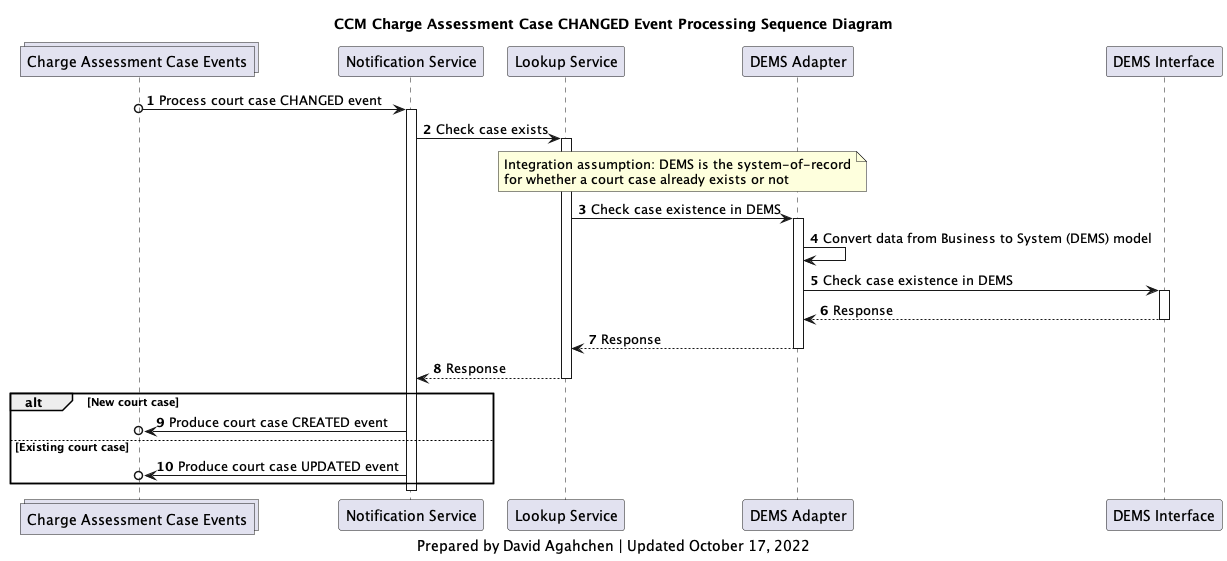
bcgov/jpss-jade-ccm keeps this PlantUML diagram as diagrams/img/ccm_charge_assessment_case_changed_processing_sequence_diagram.png. Above is the earlier version. The source it was exported from:
```plantuml
@startuml

collections charge_assessment_cases_topic as "Charge Assessment Case Events"
participant notification_service as "Notification Service"
participant lookup_service as "Lookup Service"
participant d_adapter as "DEMS Adapter"
participant d_interface as "DEMS Interface"

title
CCM Charge Assessment Case CHANGED Event Processing Sequence Diagram
end title

autonumber

charge_assessment_cases_topic o-> notification_service: Process court case CHANGED event
activate notification_service
notification_service -> lookup_service: Check case exists
activate lookup_service
note over lookup_service, d_adapter
Integration assumption: DEMS is the system-of-record
for whether a court case already exists or not
end note
lookup_service -> d_adapter: Check case existence in DEMS
activate d_adapter
d_adapter -> d_adapter: Convert data from Business to System (DEMS) model
d_adapter -> d_interface: Check case existence in DEMS
activate d_interface
d_interface --> d_adapter: Response
deactivate d_interface
d_adapter --> lookup_service: Response
deactivate d_adapter
lookup_service --> notification_service: Response
deactivate lookup_service
alt New court case
    notification_service ->o charge_assessment_cases_topic: Produce court case CREATED event
else Existing court case
    notification_service ->o charge_assessment_cases_topic: Produce court case UPDATED event
end
deactivate notification_service

caption
Prepared by David Agahchen | Updated October 17, 2022
end caption
@enduml
```
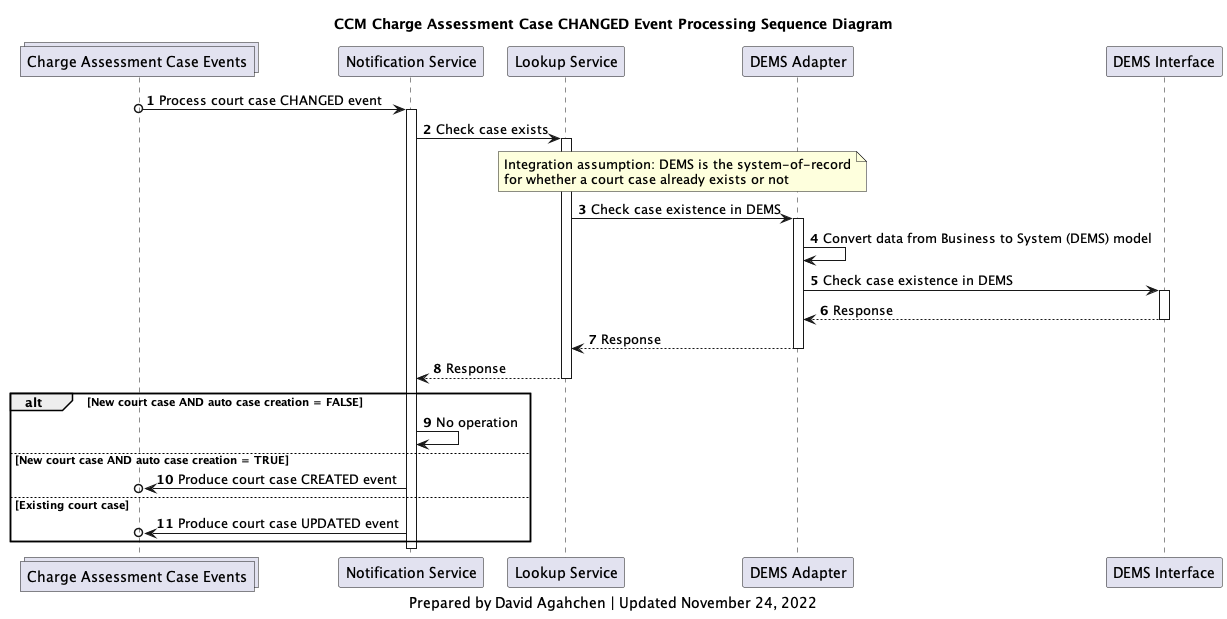
After the change.

Commit message:
JADE-1828 sequence diagram updates

The edit, as a diff of the source:
```diff
@@ -31,7 +31,9 @@
 deactivate d_adapter
 lookup_service --> notification_service: Response
 deactivate lookup_service
-alt New court case
+alt New court case AND auto case creation = FALSE
+    notification_service -> notification_service: No operation
+else New court case AND auto case creation = TRUE
     notification_service ->o charge_assessment_cases_topic: Produce court case CREATED event
 else Existing court case
     notification_service ->o charge_assessment_cases_topic: Produce court case UPDATED event
@@ -39,6 +41,6 @@
 deactivate notification_service
 
 caption
-Prepared by David Agahchen | Updated October 17, 2022
+Prepared by David Agahchen | Updated November 24, 2022
 end caption
 @enduml
```
